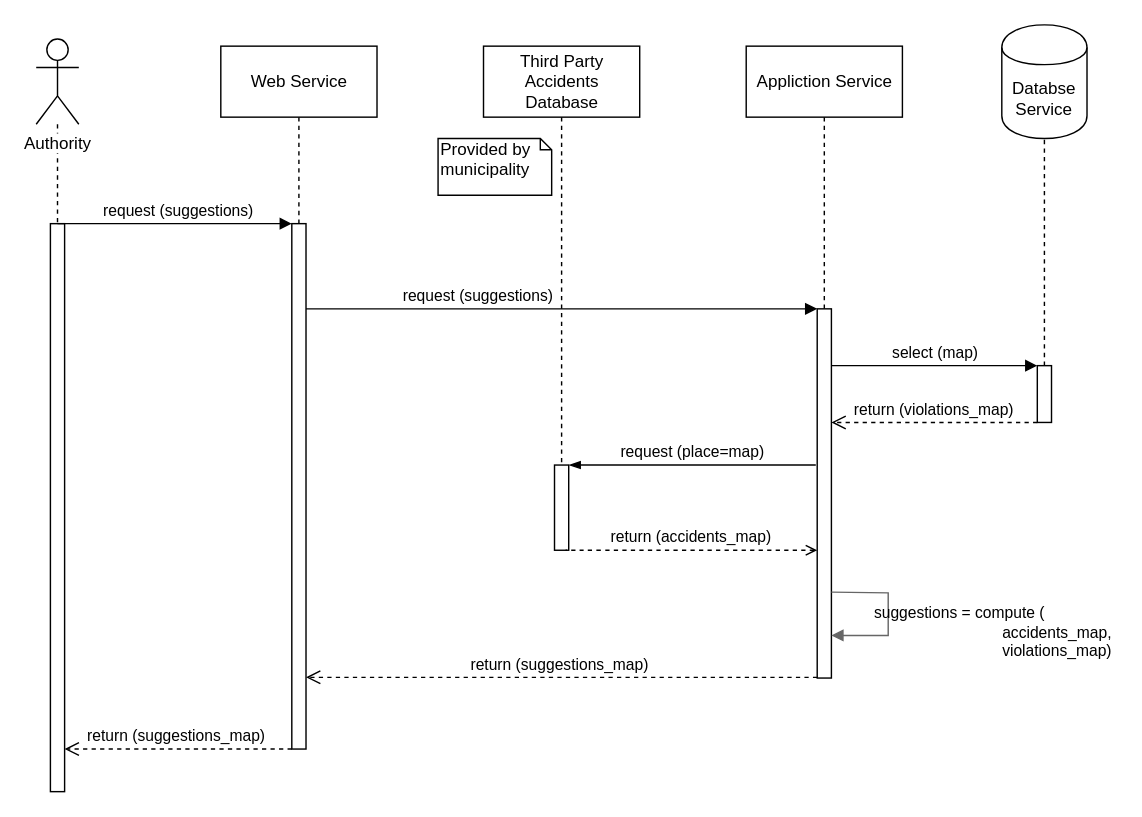
This is assets/sequence_diagrams/suggestions_workflow.drawio from Tallino/DaneseSavoldelli, a draw.io file, before an edit. Source tidied: cells renumbered, new cells numbered last; positions are measured from the earlier drawing's top-left corner, leaving out a move shared by most shapes. Both pictures are drawn from the tidied source at 142%, with x=0, y=0 at pixel (36, 24).
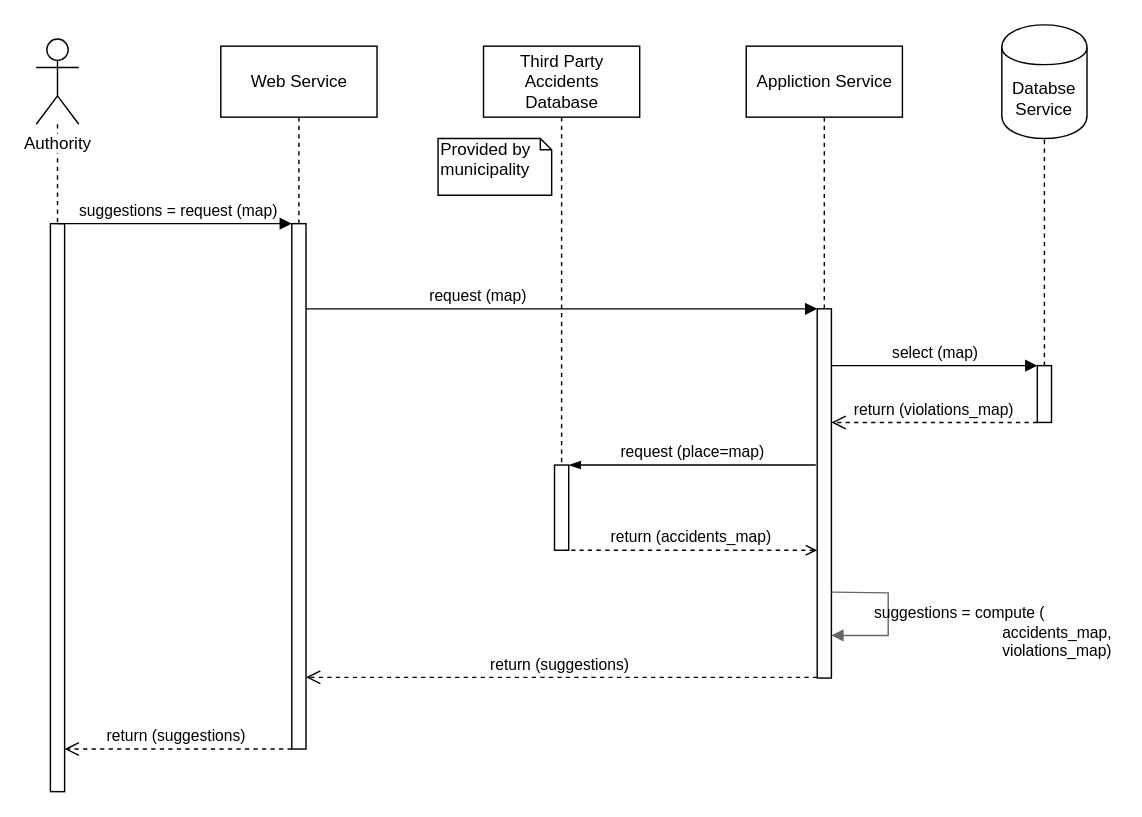
The same page after the edit.

Unchanged cells that the change refers to:
```xml
<mxCell id="10" style="html=1;points=[];perimeter=orthogonalPerimeter;" parent="1" vertex="1">
  <mxGeometry x="180" y="140" width="10" height="370" as="geometry" />
</mxCell>
```

Change to the diagram source:
```diff
@@
-    <mxCell id="22" value="return (suggestions_map)&amp;nbsp;" style="html=1;verticalAlign=bottom;endArrow=open;dashed=1;endSize=8;labelBackgroundColor=none;" parent="1" edge="1" target="10">
+    <mxCell id="22" value="return (suggestions)&amp;nbsp;" style="html=1;verticalAlign=bottom;endArrow=open;dashed=1;endSize=8;labelBackgroundColor=none;" parent="1" edge="1" target="10">
       <mxGeometry relative="1" as="geometry">
         <mxPoint x="550" y="459.5" as="sourcePoint" />
       </mxGeometry>
     </mxCell>
-    <mxCell id="23" value="request (suggestions)" style="html=1;verticalAlign=bottom;endArrow=block;labelBackgroundColor=none;" parent="1" edge="1">
+    <mxCell id="23" value="request (map)" style="html=1;verticalAlign=bottom;endArrow=block;labelBackgroundColor=none;" parent="1" edge="1">
       <mxGeometry x="-0.33" relative="1" as="geometry">
         <mxPoint x="190" y="200" as="sourcePoint" />
         <mxPoint x="550" y="200" as="targetPoint" />
       </mxGeometry>
     </mxCell>
-    <mxCell id="24" value="request (suggestions)" style="html=1;verticalAlign=bottom;endArrow=block;labelBackgroundColor=none;" parent="1" edge="1">
+    <mxCell id="24" value="suggestions = request (map)" style="html=1;verticalAlign=bottom;endArrow=block;labelBackgroundColor=none;" parent="1" edge="1">
       <mxGeometry x="0.03" relative="1" as="geometry">
         <mxPoint x="15" y="140" as="sourcePoint" />
         <mxPoint x="180" y="140" as="targetPoint" />
       </mxGeometry>
     </mxCell>
-    <mxCell id="25" value="return (suggestions_map)&amp;nbsp;" style="html=1;verticalAlign=bottom;endArrow=open;dashed=1;endSize=8;labelBackgroundColor=none;" parent="1" edge="1">
+    <mxCell id="25" value="return (suggestions)&amp;nbsp;" style="html=1;verticalAlign=bottom;endArrow=open;dashed=1;endSize=8;labelBackgroundColor=none;" parent="1" edge="1">
       <mxGeometry relative="1" as="geometry">
         <mxPoint x="180" y="510" as="sourcePoint" />
         <mxPoint x="20" y="510" as="targetPoint" />
       </mxGeometry>
     </mxCell>
```
